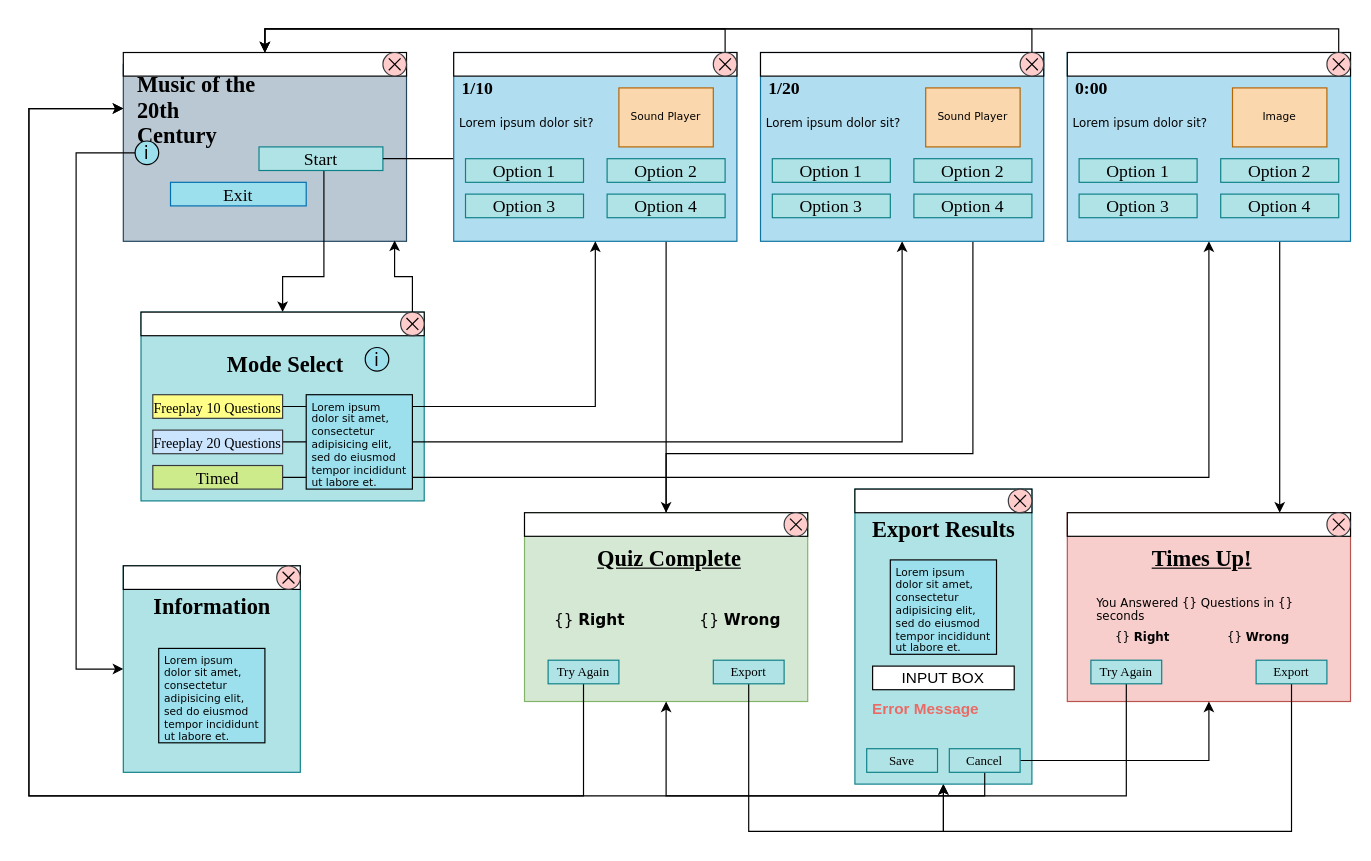
This is 01_GUI_plan.drawio from kuschelyoungl71929/03_20th_Century_Music_Quiz, a draw.io file, before an edit. Source tidied: cells renumbered, new cells numbered last; positions are measured from the earlier drawing's top-left corner, leaving out a move shared by most shapes. Both pictures are drawn from the tidied source at 118%, with x=0, y=0 at pixel (28, 52).
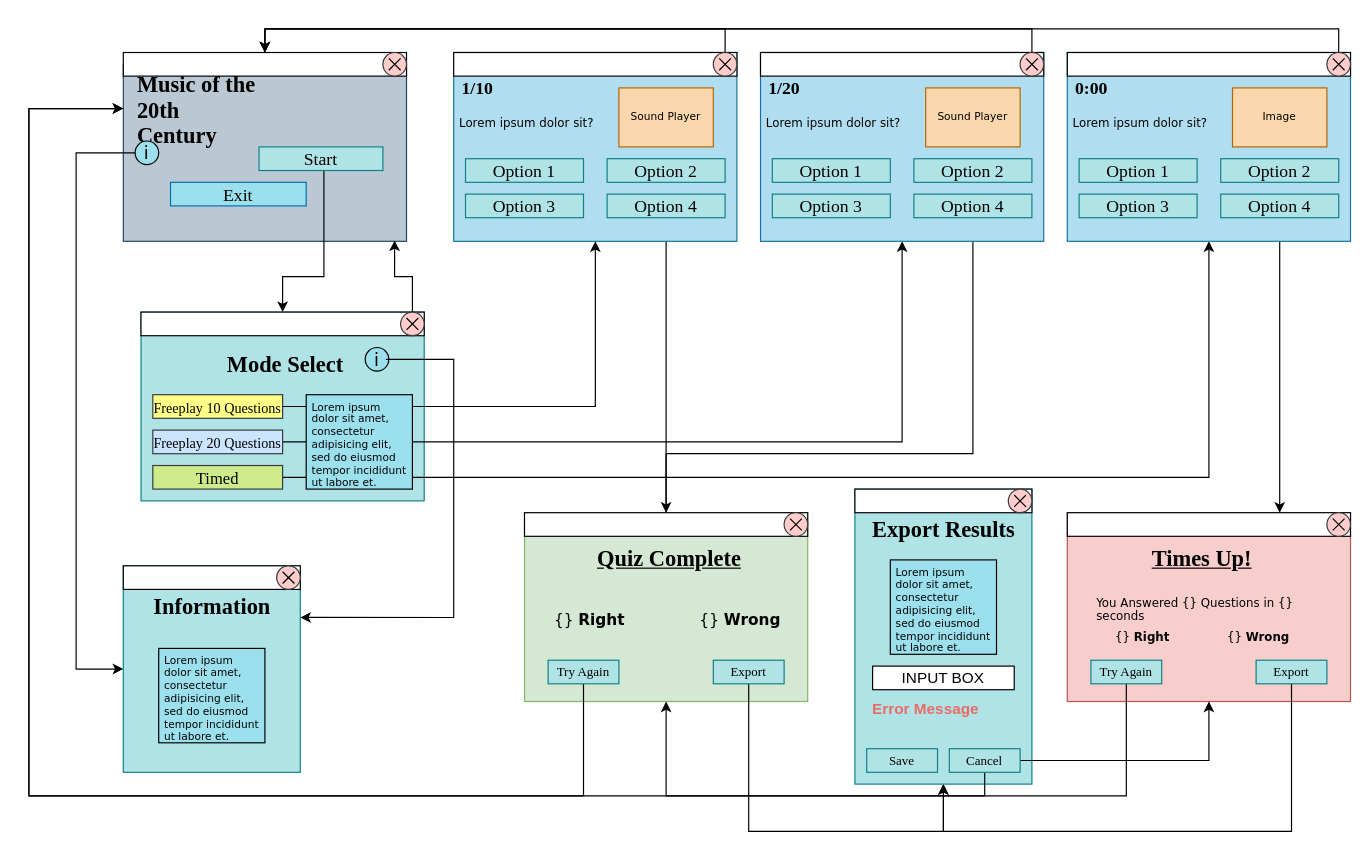
After the change.

The change refers to these unchanged cells:
```xml
<mxCell id="4" value="&lt;font style=&quot;font-size: 15px;&quot; face=&quot;Garamond&quot;&gt;Start&lt;/font&gt;" style="rounded=0;whiteSpace=wrap;html=1;fillColor=#b0e3e6;strokeColor=#0e8088;" parent="1" vertex="1">
  <mxGeometry x="195" y="80" width="105" height="20" as="geometry" />
</mxCell>
<mxCell id="22" value="&lt;h1&gt;&lt;br&gt;&lt;/h1&gt;&lt;p&gt;Lorem ipsum dolor sit amet, consectetur adipisicing elit, sed do eiusmod tempor incididunt ut labore et.&lt;/p&gt;" style="text;html=1;strokeColor=none;fillColor=none;spacing=5;spacingTop=-20;whiteSpace=wrap;overflow=hidden;rounded=0;labelBackgroundColor=none;fontFamily=Verdana;fontSize=9;fontColor=#030303;" parent="1" vertex="1">
  <mxGeometry x="235" y="260" width="90" height="110" as="geometry" />
</mxCell>
<mxCell id="76" style="rounded=0;whiteSpace=wrap;html=1;fontFamily=Garamond;fontSize=19;fillColor=#b0e3e6;strokeColor=#0e8088;" parent="1" vertex="1">
  <mxGeometry x="80" y="435" width="150" height="175" as="geometry" />
</mxCell>
```

Change to the diagram source:
```diff
@@
-    <mxCell id="6" style="edgeStyle=orthogonalEdgeStyle;rounded=0;jettySize=auto;html=1;exitX=1;exitY=0.5;exitDx=0;exitDy=0;fontFamily=Garamond;fontSize=19;fontColor=#030303;" parent="1" edge="1" source="4">
-      <mxGeometry relative="1" as="geometry">
-        <mxPoint x="440" y="70" as="targetPoint" />
-      </mxGeometry>
-    </mxCell>
@@
+    <mxCell id="127" style="edgeStyle=orthogonalEdgeStyle;rounded=0;jettySize=auto;html=1;exitX=0.75;exitY=0;exitDx=0;exitDy=0;entryX=1;entryY=0.25;entryDx=0;entryDy=0;" parent="1" edge="1" source="22" target="76">
+      <mxGeometry relative="1" as="geometry">
+        <Array as="points">
+          <mxPoint x="360" y="260" />
+          <mxPoint x="360" y="479" />
+        </Array>
+      </mxGeometry>
+    </mxCell>
```
